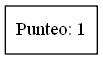
The Graphviz diagram ListaPunteo1.png in AdriGomez95/EDD_1S2020_PY1_201504236-master, before a commit. Its source is kept beside it as ListaPunteo1.dot.
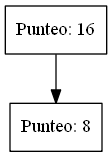
Above is the later version.

The edit, as a diff of the source:
```diff
@@ -1,3 +1,4 @@
 digraph G{
-node0[shape = record,label = "Punteo: 1"];
-node0}
+node0[shape = record,label = "Punteo: 16"];
+node1[shape = record,label = "Punteo: 8"];
+node0->node1}
```
